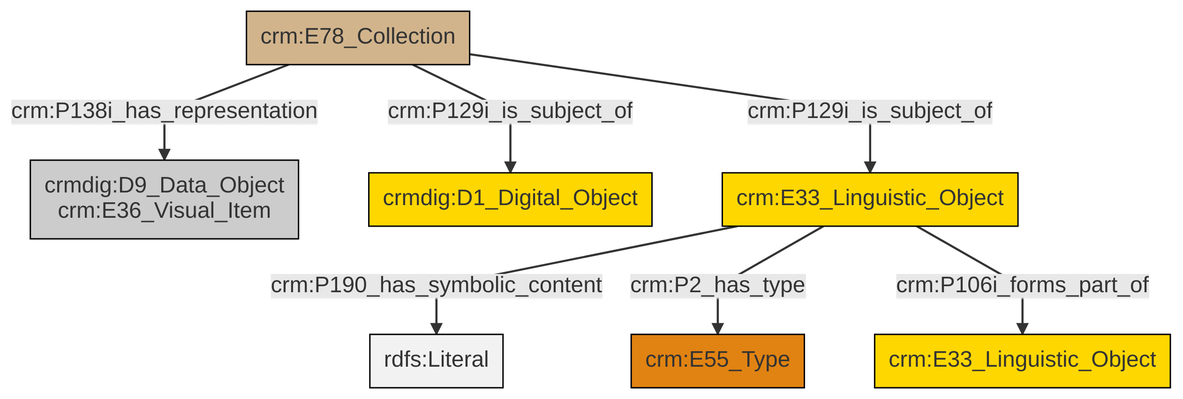
The Mermaid diagram et/archivalCSV/ttl/mmd/png/archival_docs.png in swiss-art-research-net/docs.swissartresearch, before a commit. Its source is kept beside it as et/archivalCSV/ttl/mmd/archival_docs.ttl.mmd. Source of this version:
```mermaid
graph TD
classDef Literal fill:#f2f2f2,stroke:#000000;
classDef CRM_Entity fill:#FFFFFF,stroke:#000000;
classDef Temporal_Entity fill:#00C9E6, stroke:#000000;
classDef Type fill:#E18312, stroke:#000000;
classDef Time-Span fill:#2C9C91, stroke:#000000;
classDef Appellation fill:#FFEB7F, stroke:#000000;
classDef Place fill:#008836, stroke:#000000;
classDef Persistent_Item fill:#B266B2, stroke:#000000;
classDef Conceptual_Object fill:#FFD700, stroke:#000000;
classDef Physical_Thing fill:#D2B48C, stroke:#000000;
classDef Actor fill:#f58aad, stroke:#000000;
classDef PC_Classes fill:#4ce600, stroke:#000000;
classDef Multi fill:#cccccc,stroke:#000000;

2["crm:E78_Collection"]:::Physical_Thing -->|crm:P129i_is_subject_of| 9["crm:E33_Linguistic_Object"]:::Conceptual_Object
2["crm:E78_Collection"]:::Physical_Thing -->|crm:P129i_is_subject_of| 6["crmdig:D1_Digital_Object"]:::Conceptual_Object
9["crm:E33_Linguistic_Object"]:::Conceptual_Object -->|crm:P190_has_symbolic_content| 10[rdfs:Literal]:::Literal
9["crm:E33_Linguistic_Object"]:::Conceptual_Object -->|crm:P2_has_type| 4["crm:E55_Type"]:::Type
9["crm:E33_Linguistic_Object"]:::Conceptual_Object -->|crm:P106i_forms_part_of| 11["crm:E33_Linguistic_Object"]:::Conceptual_Object
2["crm:E78_Collection"]:::Physical_Thing -->|crm:P138i_has_representation| 0["crmdig:D9_Data_Object<br>crm:E36_Visual_Item"]:::Multi
```
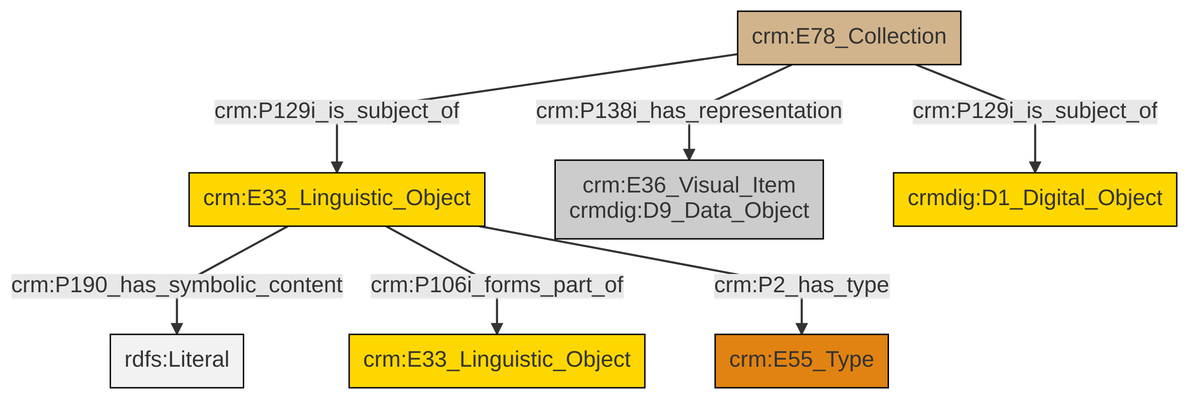
After the commit.

The edit, as a diff of the source:
```diff
@@ -13,9 +13,9 @@
 classDef PC_Classes fill:#4ce600, stroke:#000000;
 classDef Multi fill:#cccccc,stroke:#000000;
 
-2["crm:E78_Collection"]:::Physical_Thing -->|crm:P129i_is_subject_of| 9["crm:E33_Linguistic_Object"]:::Conceptual_Object
-2["crm:E78_Collection"]:::Physical_Thing -->|crm:P129i_is_subject_of| 6["crmdig:D1_Digital_Object"]:::Conceptual_Object
-9["crm:E33_Linguistic_Object"]:::Conceptual_Object -->|crm:P190_has_symbolic_content| 10[rdfs:Literal]:::Literal
-9["crm:E33_Linguistic_Object"]:::Conceptual_Object -->|crm:P2_has_type| 4["crm:E55_Type"]:::Type
-9["crm:E33_Linguistic_Object"]:::Conceptual_Object -->|crm:P106i_forms_part_of| 11["crm:E33_Linguistic_Object"]:::Conceptual_Object
-2["crm:E78_Collection"]:::Physical_Thing -->|crm:P138i_has_representation| 0["crmdig:D9_Data_Object<br>crm:E36_Visual_Item"]:::Multi
+7["crm:E78_Collection"]:::Physical_Thing -->|crm:P138i_has_representation| 2["crm:E36_Visual_Item<br>crmdig:D9_Data_Object"]:::Multi
+0["crm:E33_Linguistic_Object"]:::Conceptual_Object -->|crm:P190_has_symbolic_content| 9[rdfs:Literal]:::Literal
+7["crm:E78_Collection"]:::Physical_Thing -->|crm:P129i_is_subject_of| 10["crmdig:D1_Digital_Object"]:::Conceptual_Object
+7["crm:E78_Collection"]:::Physical_Thing -->|crm:P129i_is_subject_of| 0["crm:E33_Linguistic_Object"]:::Conceptual_Object
+0["crm:E33_Linguistic_Object"]:::Conceptual_Object -->|crm:P106i_forms_part_of| 5["crm:E33_Linguistic_Object"]:::Conceptual_Object
+0["crm:E33_Linguistic_Object"]:::Conceptual_Object -->|crm:P2_has_type| 11["crm:E55_Type"]:::Type
```
